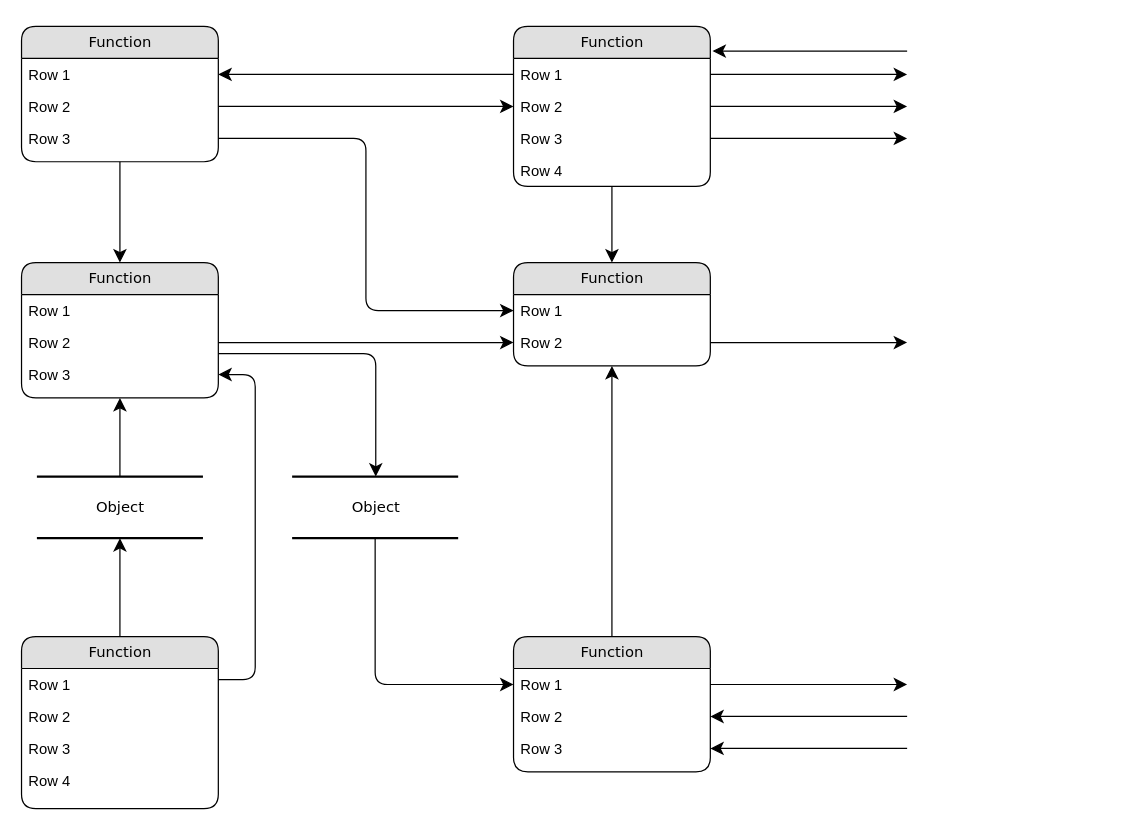
This is Untitled Diagram.drawio from snmjack/donate_app, a draw.io file, before an edit. Source tidied: cells renumbered, new cells numbered last; positions are measured from the earlier drawing's top-left corner, leaving out a move shared by most shapes. Both pictures are drawn from the tidied source at 123%, with x=0, y=0 at pixel (21, 26).
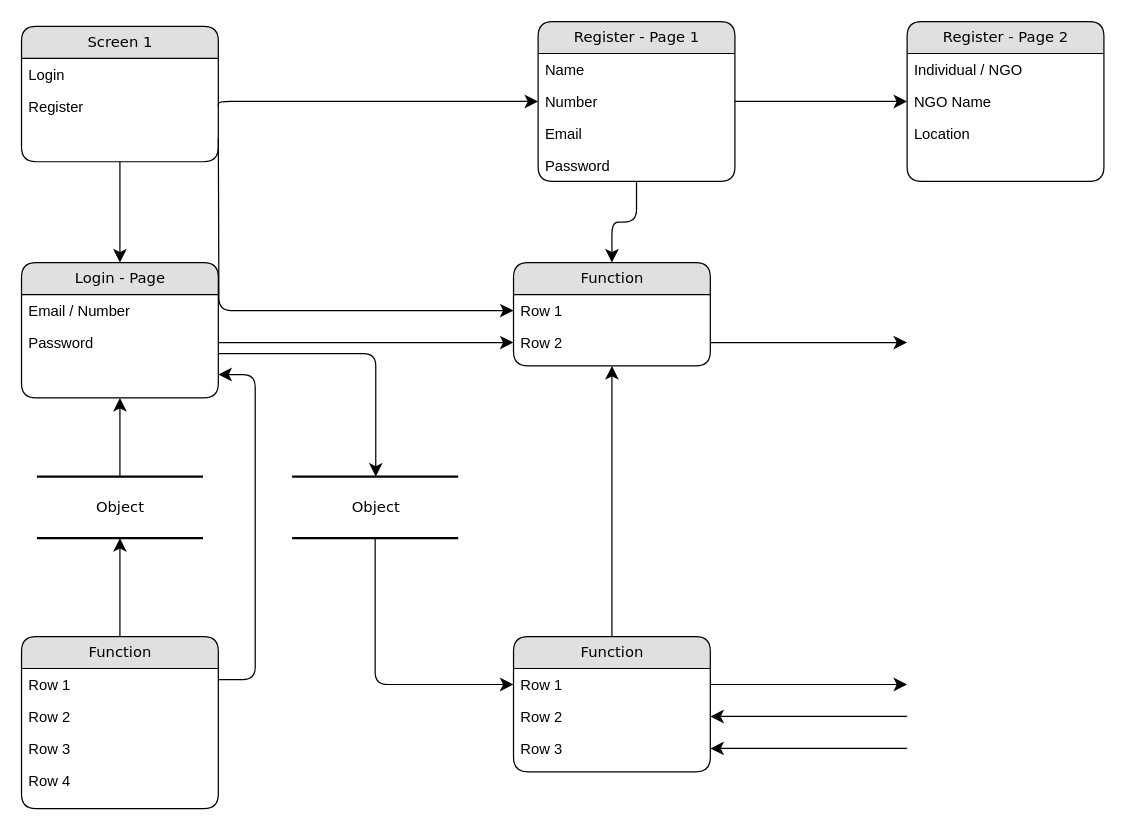
After the change.

The change refers to these unchanged cells:
```xml
<mxCell id="16" value="Function" style="swimlane;html=1;fontStyle=0;horizontal=1;startSize=26;fillColor=#e0e0e0;swimlaneFillColor=#ffffff;align=center;rounded=1;shadow=0;comic=0;labelBackgroundColor=none;strokeWidth=1;fontFamily=Verdana;fontSize=12;" parent="1" vertex="1">
  <mxGeometry y="496" width="160" height="140" as="geometry" />
</mxCell>
<mxCell id="22" value="Row 1" style="text;html=1;strokeColor=none;fillColor=none;spacingLeft=4;spacingRight=4;whiteSpace=wrap;overflow=hidden;points=[[0,0.5],[1,0.5]];portConstraint=eastwest;" parent="21" vertex="1">
  <mxGeometry y="26" width="160" height="26" as="geometry" />
</mxCell>
```

Diff of the diagram source:
```diff
@@
-    <mxCell id="3" value="Function" style="swimlane;html=1;fontStyle=0;horizontal=1;startSize=26;fillColor=#e0e0e0;swimlaneFillColor=#ffffff;align=center;rounded=1;shadow=0;comic=0;labelBackgroundColor=none;strokeWidth=1;fontFamily=Verdana;fontSize=12;" parent="1" vertex="1">
+    <mxCell id="3" value="Screen 1" style="swimlane;html=1;fontStyle=0;horizontal=1;startSize=26;fillColor=#e0e0e0;swimlaneFillColor=#ffffff;align=center;rounded=1;shadow=0;comic=0;labelBackgroundColor=none;strokeWidth=1;fontFamily=Verdana;fontSize=12;" parent="1" vertex="1">
       <mxGeometry width="160" height="110" as="geometry" />
     </mxCell>
-    <mxCell id="4" value="Row 1" style="text;html=1;strokeColor=none;fillColor=none;spacingLeft=4;spacingRight=4;whiteSpace=wrap;overflow=hidden;points=[[0,0.5],[1,0.5]];portConstraint=eastwest;" parent="3" vertex="1">
+    <mxCell id="4" value="Login" style="text;html=1;strokeColor=none;fillColor=none;spacingLeft=4;spacingRight=4;whiteSpace=wrap;overflow=hidden;points=[[0,0.5],[1,0.5]];portConstraint=eastwest;" parent="3" vertex="1">
       <mxGeometry y="26" width="160" height="26" as="geometry" />
     </mxCell>
-    <mxCell id="5" value="Row 2" style="text;html=1;strokeColor=none;fillColor=none;spacingLeft=4;spacingRight=4;whiteSpace=wrap;overflow=hidden;points=[[0,0.5],[1,0.5]];portConstraint=eastwest;" parent="3" vertex="1">
+    <mxCell id="5" value="Register" style="text;html=1;strokeColor=none;fillColor=none;spacingLeft=4;spacingRight=4;whiteSpace=wrap;overflow=hidden;points=[[0,0.5],[1,0.5]];portConstraint=eastwest;" parent="3" vertex="1">
       <mxGeometry y="52" width="160" height="26" as="geometry" />
     </mxCell>
-    <mxCell id="6" value="Row 3" style="text;html=1;strokeColor=none;fillColor=none;spacingLeft=4;spacingRight=4;whiteSpace=wrap;overflow=hidden;points=[[0,0.5],[1,0.5]];portConstraint=eastwest;" parent="3" vertex="1">
-      <mxGeometry y="78" width="160" height="26" as="geometry" />
-    </mxCell>
-    <mxCell id="7" value="Function" style="swimlane;html=1;fontStyle=0;horizontal=1;startSize=26;fillColor=#e0e0e0;swimlaneFillColor=#ffffff;align=center;rounded=1;shadow=0;comic=0;labelBackgroundColor=none;strokeWidth=1;fontFamily=Verdana;fontSize=12;" parent="1" vertex="1">
-      <mxGeometry x="400" width="160" height="130" as="geometry" />
+    <mxCell id="7" value="Register - Page 1" style="swimlane;html=1;fontStyle=0;horizontal=1;startSize=26;fillColor=#e0e0e0;swimlaneFillColor=#ffffff;align=center;rounded=1;shadow=0;comic=0;labelBackgroundColor=none;strokeWidth=1;fontFamily=Verdana;fontSize=12;" parent="1" vertex="1">
+      <mxGeometry x="420" y="-4" width="160" height="130" as="geometry" />
     </mxCell>
-    <mxCell id="8" value="Row 1" style="text;html=1;strokeColor=none;fillColor=none;spacingLeft=4;spacingRight=4;whiteSpace=wrap;overflow=hidden;points=[[0,0.5],[1,0.5]];portConstraint=eastwest;" parent="7" vertex="1">
+    <mxCell id="8" value="Name" style="text;html=1;strokeColor=none;fillColor=none;spacingLeft=4;spacingRight=4;whiteSpace=wrap;overflow=hidden;points=[[0,0.5],[1,0.5]];portConstraint=eastwest;" parent="7" vertex="1">
       <mxGeometry y="26" width="160" height="26" as="geometry" />
     </mxCell>
-    <mxCell id="9" value="Row 2" style="text;html=1;strokeColor=none;fillColor=none;spacingLeft=4;spacingRight=4;whiteSpace=wrap;overflow=hidden;points=[[0,0.5],[1,0.5]];portConstraint=eastwest;" parent="7" vertex="1">
+    <mxCell id="9" value="Number" style="text;html=1;strokeColor=none;fillColor=none;spacingLeft=4;spacingRight=4;whiteSpace=wrap;overflow=hidden;points=[[0,0.5],[1,0.5]];portConstraint=eastwest;" parent="7" vertex="1">
       <mxGeometry y="52" width="160" height="26" as="geometry" />
     </mxCell>
-    <mxCell id="10" value="Row 3" style="text;html=1;strokeColor=none;fillColor=none;spacingLeft=4;spacingRight=4;whiteSpace=wrap;overflow=hidden;points=[[0,0.5],[1,0.5]];portConstraint=eastwest;" parent="7" vertex="1">
+    <mxCell id="10" value="Email" style="text;html=1;strokeColor=none;fillColor=none;spacingLeft=4;spacingRight=4;whiteSpace=wrap;overflow=hidden;points=[[0,0.5],[1,0.5]];portConstraint=eastwest;" parent="7" vertex="1">
       <mxGeometry y="78" width="160" height="26" as="geometry" />
     </mxCell>
-    <mxCell id="11" value="Row 4" style="text;html=1;strokeColor=none;fillColor=none;spacingLeft=4;spacingRight=4;whiteSpace=wrap;overflow=hidden;" parent="7" vertex="1">
-      <mxGeometry y="104" width="160" height="26" as="geometry" />
-    </mxCell>
+    <mxCell id="49" value="Password" style="text;html=1;strokeColor=none;fillColor=none;spacingLeft=4;spacingRight=4;whiteSpace=wrap;overflow=hidden;" parent="7" vertex="1">
+      <mxGeometry y="104" width="160" height="26" as="geometry" />
+    </mxCell>
-    <mxCell id="12" value="Function" style="swimlane;html=1;fontStyle=0;horizontal=1;startSize=26;fillColor=#e0e0e0;swimlaneFillColor=#ffffff;align=center;rounded=1;shadow=0;comic=0;labelBackgroundColor=none;strokeWidth=1;fontFamily=Verdana;fontSize=12;" parent="1" vertex="1">
+    <mxCell id="12" value="Login - Page" style="swimlane;html=1;fontStyle=0;horizontal=1;startSize=26;fillColor=#e0e0e0;swimlaneFillColor=#ffffff;align=center;rounded=1;shadow=0;comic=0;labelBackgroundColor=none;strokeWidth=1;fontFamily=Verdana;fontSize=12;" parent="1" vertex="1">
       <mxGeometry y="192" width="160" height="110" as="geometry" />
     </mxCell>
-    <mxCell id="13" value="Row 1" style="text;html=1;strokeColor=none;fillColor=none;spacingLeft=4;spacingRight=4;whiteSpace=wrap;overflow=hidden;" parent="12" vertex="1">
+    <mxCell id="13" value="Email / Number" style="text;html=1;strokeColor=none;fillColor=none;spacingLeft=4;spacingRight=4;whiteSpace=wrap;overflow=hidden;" parent="12" vertex="1">
       <mxGeometry y="26" width="160" height="26" as="geometry" />
     </mxCell>
-    <mxCell id="14" value="Row 2" style="text;html=1;strokeColor=none;fillColor=none;spacingLeft=4;spacingRight=4;whiteSpace=wrap;overflow=hidden;points=[[0,0.5],[1,0.5]];portConstraint=eastwest;" parent="12" vertex="1">
+    <mxCell id="14" value="Password" style="text;html=1;strokeColor=none;fillColor=none;spacingLeft=4;spacingRight=4;whiteSpace=wrap;overflow=hidden;points=[[0,0.5],[1,0.5]];portConstraint=eastwest;" parent="12" vertex="1">
       <mxGeometry y="52" width="160" height="26" as="geometry" />
     </mxCell>
-    <mxCell id="15" value="Row 3" style="text;html=1;strokeColor=none;fillColor=none;spacingLeft=4;spacingRight=4;whiteSpace=wrap;overflow=hidden;points=[[0,0.5],[1,0.5]];portConstraint=eastwest;" parent="12" vertex="1">
-      <mxGeometry y="78" width="160" height="26" as="geometry" />
-    </mxCell>
@@
-    <mxCell id="31" style="edgeStyle=orthogonalEdgeStyle;html=1;labelBackgroundColor=none;startFill=0;startSize=8;endFill=1;endSize=8;fontFamily=Verdana;fontSize=12;exitX=1;exitY=0.25;entryX=1;entryY=0.5;" parent="1" edge="1" source="16" target="15">
+    <mxCell id="31" style="edgeStyle=orthogonalEdgeStyle;html=1;labelBackgroundColor=none;startFill=0;startSize=8;endFill=1;endSize=8;fontFamily=Verdana;fontSize=12;exitX=1;exitY=0.25;entryX=1;entryY=0.5;" parent="1" edge="1" source="16">
       <mxGeometry relative="1" as="geometry">
+        <mxPoint x="160" y="283" as="targetPoint" />
         <Array as="points">
           <mxPoint x="190" y="531" />
           <mxPoint x="190" y="283" />
         </Array>
       </mxGeometry>
     </mxCell>
@@
     <mxCell id="37" style="edgeStyle=orthogonalEdgeStyle;html=1;entryX=0;entryY=0.5;labelBackgroundColor=none;startFill=0;startSize=8;endFill=1;endSize=8;fontFamily=Verdana;fontSize=12;exitX=1;exitY=0.5;" parent="1" edge="1" source="5" target="9">
-      <mxGeometry relative="1" as="geometry" />
+      <mxGeometry relative="1" as="geometry">
+        <Array as="points">
+          <mxPoint x="160" y="61" />
+        </Array>
+      </mxGeometry>
     </mxCell>
-    <mxCell id="38" style="edgeStyle=orthogonalEdgeStyle;html=1;exitX=0;exitY=0.5;entryX=1;entryY=0.5;labelBackgroundColor=none;startFill=0;startSize=8;endFill=1;endSize=8;fontFamily=Verdana;fontSize=12;" parent="1" edge="1" source="8" target="4">
-      <mxGeometry relative="1" as="geometry" />
-    </mxCell>
-    <mxCell id="39" style="edgeStyle=orthogonalEdgeStyle;html=1;exitX=1;exitY=0.5;entryX=0;entryY=0.5;labelBackgroundColor=none;startFill=0;startSize=8;endFill=1;endSize=8;fontFamily=Verdana;fontSize=12;" parent="1" edge="1" source="6" target="22">
-      <mxGeometry relative="1" as="geometry" />
+    <mxCell id="39" style="edgeStyle=orthogonalEdgeStyle;html=1;exitX=1;exitY=0.5;entryX=0;entryY=0.5;labelBackgroundColor=none;startFill=0;startSize=8;endFill=1;endSize=8;fontFamily=Verdana;fontSize=12;" parent="1" edge="1" target="22">
+      <mxGeometry relative="1" as="geometry">
+        <mxPoint x="160" y="91" as="sourcePoint" />
+      </mxGeometry>
     </mxCell>
@@
-    <mxCell id="45" style="edgeStyle=orthogonalEdgeStyle;html=1;exitX=1;exitY=0.5;labelBackgroundColor=none;startFill=0;startSize=8;endFill=1;endSize=8;fontFamily=Verdana;fontSize=12;" parent="1" edge="1" source="8">
+    <mxCell id="45" style="edgeStyle=orthogonalEdgeStyle;html=1;labelBackgroundColor=none;startFill=0;startSize=8;endFill=1;endSize=8;fontFamily=Verdana;fontSize=12;entryX=0;entryY=0.5;entryDx=0;entryDy=0;" parent="1" edge="1" target="52">
       <mxGeometry relative="1" as="geometry">
-        <mxPoint x="720" y="39" as="targetPoint" />
+        <mxPoint x="580" y="61" as="sourcePoint" />
+        <Array as="points">
+          <mxPoint x="630" y="61" />
+          <mxPoint x="630" y="61" />
+        </Array>
       </mxGeometry>
     </mxCell>
-    <mxCell id="46" style="edgeStyle=orthogonalEdgeStyle;html=1;exitX=1;exitY=0.5;labelBackgroundColor=none;startFill=0;startSize=8;endFill=1;endSize=8;fontFamily=Verdana;fontSize=12;" parent="1" edge="1" source="9">
-      <mxGeometry relative="1" as="geometry">
-        <mxPoint x="720" y="65" as="targetPoint" />
-      </mxGeometry>
-    </mxCell>
-    <mxCell id="47" style="edgeStyle=orthogonalEdgeStyle;html=1;exitX=1;exitY=0.5;labelBackgroundColor=none;startFill=0;startSize=8;endFill=1;endSize=8;fontFamily=Verdana;fontSize=12;" parent="1" edge="1" source="10">
-      <mxGeometry relative="1" as="geometry">
-        <mxPoint x="720" y="91" as="targetPoint" />
-      </mxGeometry>
-    </mxCell>
-    <mxCell id="48" style="edgeStyle=elbowEdgeStyle;html=1;labelBackgroundColor=none;startFill=0;startSize=8;endFill=1;endSize=8;fontFamily=Verdana;fontSize=12;elbow=vertical;entryX=1.011;entryY=0.152;entryPerimeter=0;" parent="1" edge="1" target="7">
-      <mxGeometry relative="1" as="geometry">
-        <mxPoint x="720" y="20" as="sourcePoint" />
-        <Array as="points">
-          <mxPoint x="650" y="20" />
-        </Array>
-      </mxGeometry>
-    </mxCell>
+    <mxCell id="50" value="Register - Page 2" style="swimlane;html=1;fontStyle=0;horizontal=1;startSize=26;fillColor=#e0e0e0;swimlaneFillColor=#ffffff;align=center;rounded=1;shadow=0;comic=0;labelBackgroundColor=none;strokeWidth=1;fontFamily=Verdana;fontSize=12;" parent="1" vertex="1">
+      <mxGeometry x="720" y="-4" width="160" height="130" as="geometry" />
+    </mxCell>
+    <mxCell id="51" value="Individual / NGO" style="text;html=1;strokeColor=none;fillColor=none;spacingLeft=4;spacingRight=4;whiteSpace=wrap;overflow=hidden;" parent="50" vertex="1">
+      <mxGeometry y="26" width="160" height="26" as="geometry" />
+    </mxCell>
+    <mxCell id="52" value="NGO Name" style="text;html=1;strokeColor=none;fillColor=none;spacingLeft=4;spacingRight=4;whiteSpace=wrap;overflow=hidden;points=[[0,0.5],[1,0.5]];portConstraint=eastwest;" parent="50" vertex="1">
+      <mxGeometry y="52" width="160" height="26" as="geometry" />
+    </mxCell>
+    <mxCell id="53" value="Location" style="text;html=1;strokeColor=none;fillColor=none;spacingLeft=4;spacingRight=4;whiteSpace=wrap;overflow=hidden;" parent="50" vertex="1">
+      <mxGeometry y="78" width="160" height="26" as="geometry" />
+    </mxCell>
```
